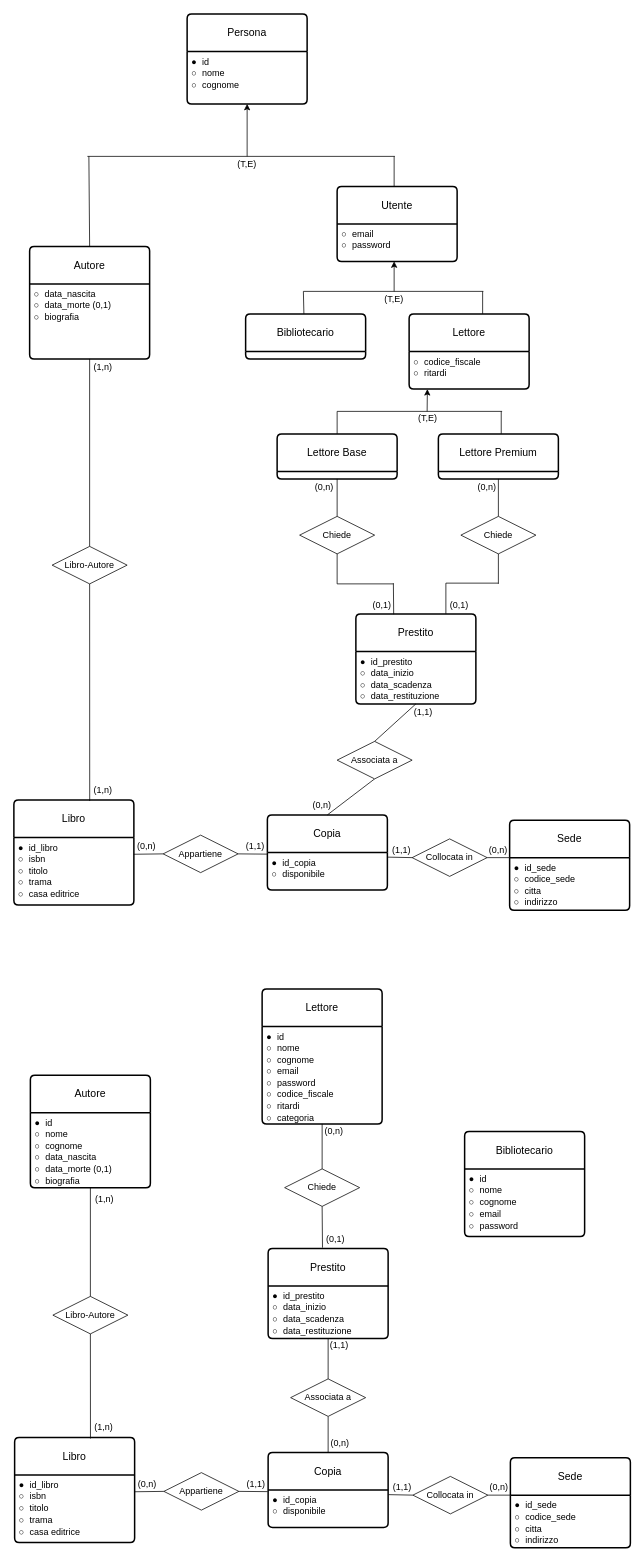
Before: Untitled Diagram.drawio in jaczao/library-management-system, a draw.io diagram. Source tidied: cells renumbered, new cells numbered last; positions are measured from the earlier drawing's top-left corner, leaving out a move shared by most shapes. Both pictures are drawn from the tidied source at 75%, with x=0, y=0 at pixel (14, 14).
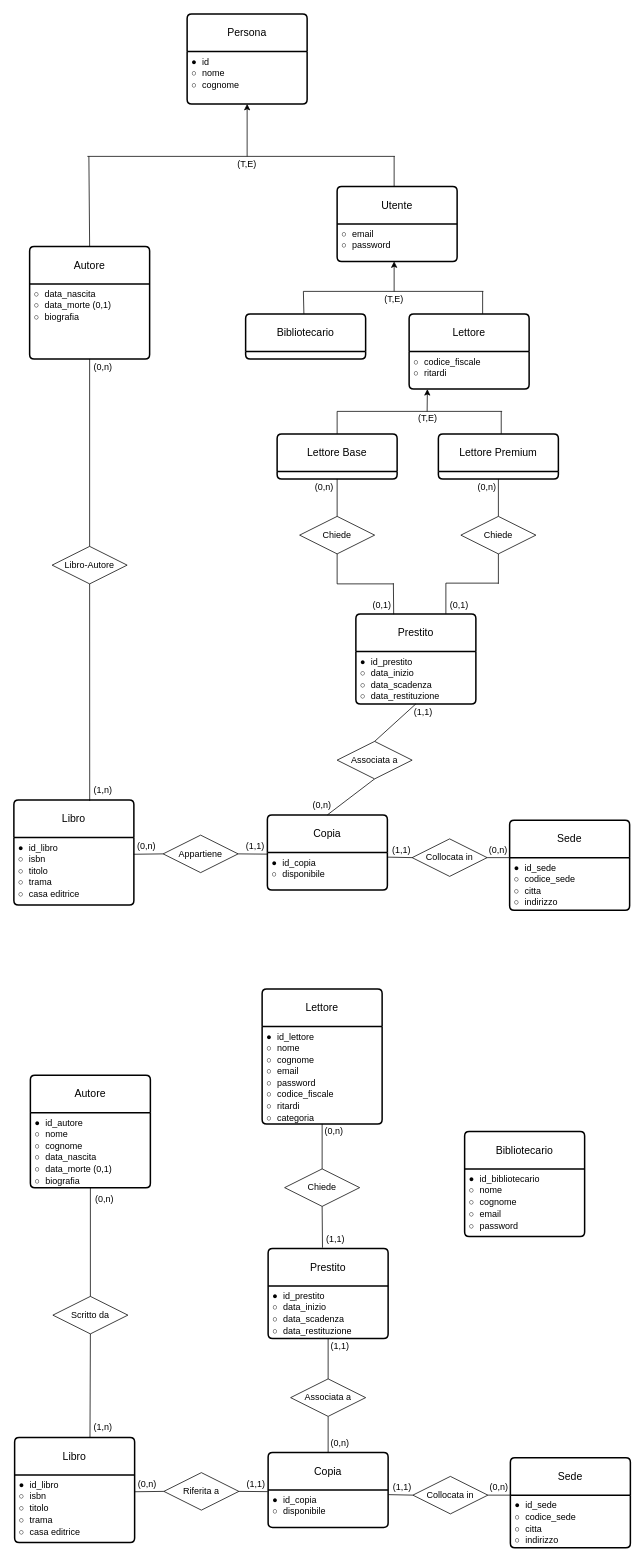
The same diagram, later.

The change refers to these unchanged cells:
```xml
<mxCell id="71" value="Libro" style="swimlane;horizontal=1;startSize=50;rounded=1;fontSize=14;fontStyle=0;strokeWidth=2;shadow=0;dashed=0;align=center;arcSize=4;whiteSpace=wrap;html=1;" parent="1" vertex="1">
  <mxGeometry x="1" y="1898" width="160" height="140" as="geometry" />
</mxCell>
<mxCell id="73" value="Autore" style="swimlane;horizontal=1;startSize=50;rounded=1;fontSize=14;fontStyle=0;strokeWidth=2;shadow=0;dashed=0;align=center;arcSize=4;whiteSpace=wrap;html=1;" parent="1" vertex="1">
  <mxGeometry x="22" y="1415" width="160" height="150" as="geometry" />
</mxCell>
<mxCell id="75" value="Lettore" style="swimlane;horizontal=1;startSize=50;rounded=1;fontSize=14;fontStyle=0;strokeWidth=2;shadow=0;dashed=0;align=center;arcSize=4;whiteSpace=wrap;html=1;" parent="1" vertex="1">
  <mxGeometry x="331" y="1300" width="160" height="180" as="geometry" />
</mxCell>
<mxCell id="98" value="Bibliotecario" style="swimlane;horizontal=1;startSize=50;rounded=1;fontSize=14;fontStyle=0;strokeWidth=2;shadow=0;dashed=0;align=center;arcSize=4;whiteSpace=wrap;html=1;" parent="1" vertex="1">
  <mxGeometry x="601" y="1490" width="160" height="140" as="geometry" />
</mxCell>
```

What changed in the source:
```diff
@@
-    <mxCell id="24" value="(1,n)" style="text;html=1;align=center;verticalAlign=middle;whiteSpace=wrap;rounded=0;" parent="1" vertex="1">
+    <mxCell id="24" value="(0,n)" style="text;html=1;align=center;verticalAlign=middle;whiteSpace=wrap;rounded=0;" parent="1" vertex="1">
       <mxGeometry x="89" y="456" width="60" height="30" as="geometry" />
     </mxCell>
@@
-    <mxCell id="74" value="&lt;div&gt;&lt;code style=&quot;white-space: normal;&quot;&gt;&lt;code&gt;●&amp;nbsp;&lt;/code&gt;&lt;span style=&quot;font-family: Helvetica; white-space: nowrap;&quot;&gt;id&lt;/span&gt;&lt;br style=&quot;font-family: Helvetica; white-space: nowrap;&quot;&gt;&lt;code&gt;○&amp;nbsp;&lt;/code&gt;&lt;span style=&quot;font-family: Helvetica; white-space: nowrap;&quot;&gt;nome&lt;/span&gt;&lt;div style=&quot;font-family: Helvetica; white-space: nowrap;&quot;&gt;&lt;code style=&quot;white-space: normal;&quot;&gt;○&amp;nbsp;&lt;/code&gt;cognome&lt;/div&gt;&lt;/code&gt;&lt;/div&gt;&lt;code style=&quot;white-space: normal;&quot;&gt;○&amp;nbsp;&lt;/code&gt;data_nascita&lt;br&gt;&lt;div&gt;&lt;code style=&quot;white-space: normal;&quot;&gt;○&amp;nbsp;&lt;/code&gt;data_morte (0,1)&lt;br&gt;&lt;/div&gt;&lt;div&gt;&lt;code style=&quot;white-space: normal;&quot;&gt;○&amp;nbsp;&lt;/code&gt;biografia&lt;br&gt;&lt;/div&gt;" style="align=left;strokeColor=none;fillColor=none;spacingLeft=4;fontSize=12;verticalAlign=top;html=1;" parent="73" vertex="1">
+    <mxCell id="74" value="&lt;div&gt;&lt;code style=&quot;white-space: normal;&quot;&gt;&lt;code&gt;●&amp;nbsp;&lt;/code&gt;&lt;span style=&quot;font-family: Helvetica; white-space: nowrap;&quot;&gt;id_autore&lt;/span&gt;&lt;br style=&quot;font-family: Helvetica; white-space: nowrap;&quot;&gt;&lt;code&gt;○&amp;nbsp;&lt;/code&gt;&lt;span style=&quot;font-family: Helvetica; white-space: nowrap;&quot;&gt;nome&lt;/span&gt;&lt;div style=&quot;font-family: Helvetica; white-space: nowrap;&quot;&gt;&lt;code style=&quot;white-space: normal;&quot;&gt;○&amp;nbsp;&lt;/code&gt;cognome&lt;/div&gt;&lt;/code&gt;&lt;/div&gt;&lt;code style=&quot;white-space: normal;&quot;&gt;○&amp;nbsp;&lt;/code&gt;data_nascita&lt;br&gt;&lt;div&gt;&lt;code style=&quot;white-space: normal;&quot;&gt;○&amp;nbsp;&lt;/code&gt;data_morte (0,1)&lt;br&gt;&lt;/div&gt;&lt;div&gt;&lt;code style=&quot;white-space: normal;&quot;&gt;○&amp;nbsp;&lt;/code&gt;biografia&lt;br&gt;&lt;/div&gt;" style="align=left;strokeColor=none;fillColor=none;spacingLeft=4;fontSize=12;verticalAlign=top;html=1;" parent="73" vertex="1">
       <mxGeometry y="50" width="160" height="100" as="geometry" />
     </mxCell>
@@
-    <mxCell id="76" value="&lt;div&gt;&lt;code style=&quot;white-space: normal;&quot;&gt;&lt;code&gt;●&amp;nbsp;&lt;/code&gt;&lt;span style=&quot;font-family: Helvetica; white-space: nowrap;&quot;&gt;id&lt;/span&gt;&lt;br style=&quot;font-family: Helvetica; white-space: nowrap;&quot;&gt;&lt;code&gt;○&amp;nbsp;&lt;/code&gt;&lt;span style=&quot;font-family: Helvetica; white-space: nowrap;&quot;&gt;nome&lt;/span&gt;&lt;div style=&quot;font-family: Helvetica; white-space: nowrap;&quot;&gt;&lt;code style=&quot;white-space: normal;&quot;&gt;○&amp;nbsp;&lt;/code&gt;cognome&lt;/div&gt;&lt;div style=&quot;font-family: Helvetica; white-space: nowrap;&quot;&gt;&lt;code style=&quot;white-space: normal;&quot;&gt;○&amp;nbsp;&lt;/code&gt;email&lt;div&gt;&lt;code style=&quot;white-space: normal;&quot;&gt;○&amp;nbsp;&lt;/code&gt;password&lt;/div&gt;&lt;/div&gt;&lt;/code&gt;&lt;/div&gt;&lt;code style=&quot;white-space: normal;&quot;&gt;○&amp;nbsp;&lt;/code&gt;codice_fiscale&lt;div&gt;&lt;code style=&quot;white-space: normal;&quot;&gt;○&amp;nbsp;&lt;/code&gt;ritardi&lt;br&gt;&lt;/div&gt;&lt;div&gt;&lt;code style=&quot;white-space: normal;&quot;&gt;○&amp;nbsp;&lt;/code&gt;categoria&lt;br&gt;&lt;/div&gt;" style="align=left;strokeColor=none;fillColor=none;spacingLeft=4;fontSize=12;verticalAlign=top;html=1;" parent="75" vertex="1">
+    <mxCell id="76" value="&lt;div&gt;&lt;code style=&quot;white-space: normal;&quot;&gt;&lt;code&gt;●&amp;nbsp;&lt;/code&gt;&lt;span style=&quot;font-family: Helvetica; white-space: nowrap;&quot;&gt;id_lettore&lt;/span&gt;&lt;br style=&quot;font-family: Helvetica; white-space: nowrap;&quot;&gt;&lt;code&gt;○&amp;nbsp;&lt;/code&gt;&lt;span style=&quot;font-family: Helvetica; white-space: nowrap;&quot;&gt;nome&lt;/span&gt;&lt;div style=&quot;font-family: Helvetica; white-space: nowrap;&quot;&gt;&lt;code style=&quot;white-space: normal;&quot;&gt;○&amp;nbsp;&lt;/code&gt;cognome&lt;/div&gt;&lt;div style=&quot;font-family: Helvetica; white-space: nowrap;&quot;&gt;&lt;code style=&quot;white-space: normal;&quot;&gt;○&amp;nbsp;&lt;/code&gt;email&lt;div&gt;&lt;code style=&quot;white-space: normal;&quot;&gt;○&amp;nbsp;&lt;/code&gt;password&lt;/div&gt;&lt;/div&gt;&lt;/code&gt;&lt;/div&gt;&lt;code style=&quot;white-space: normal;&quot;&gt;○&amp;nbsp;&lt;/code&gt;codice_fiscale&lt;div&gt;&lt;code style=&quot;white-space: normal;&quot;&gt;○&amp;nbsp;&lt;/code&gt;ritardi&lt;br&gt;&lt;/div&gt;&lt;div&gt;&lt;code style=&quot;white-space: normal;&quot;&gt;○&amp;nbsp;&lt;/code&gt;categoria&lt;br&gt;&lt;/div&gt;" style="align=left;strokeColor=none;fillColor=none;spacingLeft=4;fontSize=12;verticalAlign=top;html=1;" parent="75" vertex="1">
       <mxGeometry y="50" width="160" height="130" as="geometry" />
     </mxCell>
@@
-    <mxCell id="79" value="Libro-Autore" style="shape=rhombus;perimeter=rhombusPerimeter;whiteSpace=wrap;html=1;align=center;" parent="1" vertex="1">
+    <mxCell id="79" value="Scritto da" style="shape=rhombus;perimeter=rhombusPerimeter;whiteSpace=wrap;html=1;align=center;" parent="1" vertex="1">
       <mxGeometry x="52" y="1710" width="100" height="50" as="geometry" />
     </mxCell>
-    <mxCell id="80" style="endArrow=none;html=1;rounded=0;entryX=0.5;entryY=1;entryDx=0;entryDy=0;exitX=0.632;exitY=0.011;exitDx=0;exitDy=0;exitPerimeter=0;" parent="1" edge="1" source="71" target="79">
+    <mxCell id="80" style="endArrow=none;html=1;rounded=0;entryX=0.5;entryY=1;entryDx=0;entryDy=0;exitX=0.628;exitY=-0.003;exitDx=0;exitDy=0;exitPerimeter=0;" parent="1" edge="1" source="71" target="79">
       <mxGeometry relative="1" as="geometry" />
     </mxCell>
@@
-    <mxCell id="83" value="Appartiene" style="shape=rhombus;perimeter=rhombusPerimeter;whiteSpace=wrap;html=1;align=center;" parent="1" vertex="1">
+    <mxCell id="83" value="Riferita a" style="shape=rhombus;perimeter=rhombusPerimeter;whiteSpace=wrap;html=1;align=center;" parent="1" vertex="1">
       <mxGeometry x="200" y="1945" width="100" height="50" as="geometry" />
     </mxCell>
@@
-    <mxCell id="89" value="(1,n)" style="text;html=1;align=center;verticalAlign=middle;whiteSpace=wrap;rounded=0;" parent="1" vertex="1">
+    <mxCell id="89" value="(0,n)" style="text;html=1;align=center;verticalAlign=middle;whiteSpace=wrap;rounded=0;" parent="1" vertex="1">
       <mxGeometry x="91" y="1565" width="60" height="30" as="geometry" />
     </mxCell>
     <mxCell id="90" value="(1,n)" style="text;html=1;align=center;verticalAlign=middle;whiteSpace=wrap;rounded=0;" parent="1" vertex="1">
-      <mxGeometry x="90" y="1870" width="60" height="30" as="geometry" />
+      <mxGeometry x="89" y="1870" width="60" height="30" as="geometry" />
     </mxCell>
@@
-    <mxCell id="99" value="&lt;div&gt;&lt;code style=&quot;white-space: normal;&quot;&gt;●&amp;nbsp;&lt;/code&gt;id&lt;br&gt;&lt;code style=&quot;white-space: normal;&quot;&gt;○&amp;nbsp;&lt;/code&gt;nome&lt;div&gt;&lt;code style=&quot;white-space: normal;&quot;&gt;○&amp;nbsp;&lt;/code&gt;cognome&lt;/div&gt;&lt;/div&gt;&lt;div&gt;&lt;code style=&quot;white-space: normal;&quot;&gt;○&amp;nbsp;&lt;/code&gt;email&lt;div&gt;&lt;code style=&quot;white-space: normal;&quot;&gt;○&amp;nbsp;&lt;/code&gt;password&lt;/div&gt;&lt;/div&gt;" style="align=left;strokeColor=none;fillColor=none;spacingLeft=4;fontSize=12;verticalAlign=top;html=1;" parent="98" vertex="1">
+    <mxCell id="99" value="&lt;div&gt;&lt;code style=&quot;white-space: normal;&quot;&gt;●&amp;nbsp;&lt;/code&gt;id_bibliotecario&lt;br&gt;&lt;code style=&quot;white-space: normal;&quot;&gt;○&amp;nbsp;&lt;/code&gt;nome&lt;div&gt;&lt;code style=&quot;white-space: normal;&quot;&gt;○&amp;nbsp;&lt;/code&gt;cognome&lt;/div&gt;&lt;/div&gt;&lt;div&gt;&lt;code style=&quot;white-space: normal;&quot;&gt;○&amp;nbsp;&lt;/code&gt;email&lt;div&gt;&lt;code style=&quot;white-space: normal;&quot;&gt;○&amp;nbsp;&lt;/code&gt;password&lt;/div&gt;&lt;/div&gt;" style="align=left;strokeColor=none;fillColor=none;spacingLeft=4;fontSize=12;verticalAlign=top;html=1;" parent="98" vertex="1">
       <mxGeometry y="50" width="160" height="90" as="geometry" />
     </mxCell>
@@
-    <mxCell id="108" value="(0,1)" style="text;html=1;align=center;verticalAlign=middle;whiteSpace=wrap;rounded=0;" parent="1" vertex="1">
+    <mxCell id="108" value="(1,1)" style="text;html=1;align=center;verticalAlign=middle;whiteSpace=wrap;rounded=0;" parent="1" vertex="1">
       <mxGeometry x="399" y="1619" width="60" height="30" as="geometry" />
     </mxCell>
     <mxCell id="109" value="(1,1)" style="text;html=1;align=center;verticalAlign=middle;whiteSpace=wrap;rounded=0;" parent="1" vertex="1">
-      <mxGeometry x="404" y="1760" width="60" height="30" as="geometry" />
+      <mxGeometry x="405" y="1761" width="60" height="30" as="geometry" />
     </mxCell>
```
